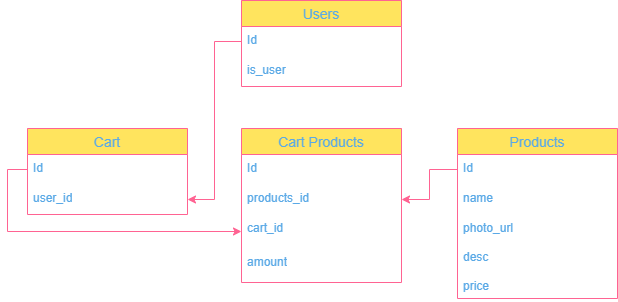
Before: online-store-db.png, a diagram exported from draw.io (koyaware/evos-delivery-clone). Source tidied: cells renumbered, new cells last; positions are measured from the earlier drawing's top-left corner, leaving out a move shared by most shapes. Its diagram source:
```xml
<mxGraphModel>
  <root>
    <mxCell id="0" />
    <mxCell id="1" parent="0" />
    <mxCell id="2" value="Users" style="swimlane;fontStyle=0;horizontal=1;startSize=26;align=center;fontSize=14;labelBackgroundColor=none;fillColor=#FFE45E;strokeColor=#FF6392;fontColor=#5AA9E6;" parent="1" vertex="1">
      <mxGeometry x="214" width="160" height="86" as="geometry" />
    </mxCell>
    <mxCell id="3" value="Id" style="text;strokeColor=none;fillColor=none;spacingLeft=4;spacingRight=4;overflow=hidden;points=[[0,0.5],[1,0.5]];portConstraint=eastwest;fontSize=12;whiteSpace=wrap;html=1;labelBackgroundColor=none;fontColor=#5AA9E6;" parent="2" vertex="1">
      <mxGeometry y="26" width="160" height="30" as="geometry" />
    </mxCell>
    <mxCell id="4" value="is_user" style="text;strokeColor=none;fillColor=none;spacingLeft=4;spacingRight=4;overflow=hidden;fontSize=12;whiteSpace=wrap;html=1;labelBackgroundColor=none;fontColor=#5AA9E6;" parent="2" vertex="1">
      <mxGeometry y="56" width="160" height="30" as="geometry" />
    </mxCell>
    <mxCell id="5" value="Products" style="swimlane;fontStyle=0;horizontal=1;startSize=26;align=center;fontSize=14;labelBackgroundColor=none;fillColor=#FFE45E;strokeColor=#FF6392;fontColor=#5AA9E6;" parent="1" vertex="1">
      <mxGeometry x="430" y="128" width="160" height="170" as="geometry" />
    </mxCell>
    <mxCell id="6" value="Id" style="text;strokeColor=none;fillColor=none;spacingLeft=4;spacingRight=4;overflow=hidden;points=[[0,0.5],[1,0.5]];portConstraint=eastwest;fontSize=12;whiteSpace=wrap;html=1;labelBackgroundColor=none;fontColor=#5AA9E6;" parent="5" vertex="1">
      <mxGeometry y="26" width="160" height="30" as="geometry" />
    </mxCell>
    <mxCell id="7" value="name" style="text;strokeColor=none;fillColor=none;spacingLeft=4;spacingRight=4;overflow=hidden;fontSize=12;whiteSpace=wrap;html=1;labelBackgroundColor=none;fontColor=#5AA9E6;" parent="5" vertex="1">
      <mxGeometry y="56" width="160" height="30" as="geometry" />
    </mxCell>
    <mxCell id="8" value="photo_url&lt;br&gt;&lt;br&gt;desc&lt;br&gt;&lt;br&gt;price" style="text;strokeColor=none;fillColor=none;spacingLeft=4;spacingRight=4;overflow=hidden;fontSize=12;whiteSpace=wrap;html=1;labelBackgroundColor=none;fontColor=#5AA9E6;" parent="5" vertex="1">
      <mxGeometry y="86" width="160" height="84" as="geometry" />
    </mxCell>
    <mxCell id="9" value="Cart" style="swimlane;fontStyle=0;horizontal=1;startSize=26;align=center;fontSize=14;labelBackgroundColor=none;fillColor=#FFE45E;strokeColor=#FF6392;fontColor=#5AA9E6;" parent="1" vertex="1">
      <mxGeometry y="128" width="160" height="86" as="geometry" />
    </mxCell>
    <mxCell id="10" value="Id" style="text;strokeColor=none;fillColor=none;spacingLeft=4;spacingRight=4;overflow=hidden;points=[[0,0.5],[1,0.5]];portConstraint=eastwest;fontSize=12;whiteSpace=wrap;html=1;labelBackgroundColor=none;fontColor=#5AA9E6;" parent="9" vertex="1">
      <mxGeometry y="26" width="160" height="30" as="geometry" />
    </mxCell>
    <mxCell id="11" value="user_id" style="text;strokeColor=none;fillColor=none;spacingLeft=4;spacingRight=4;overflow=hidden;points=[[0,0.5],[1,0.5]];portConstraint=eastwest;fontSize=12;whiteSpace=wrap;html=1;labelBackgroundColor=none;fontColor=#5AA9E6;" parent="9" vertex="1">
      <mxGeometry y="56" width="160" height="30" as="geometry" />
    </mxCell>
    <mxCell id="12" value="Cart Products" style="swimlane;fontStyle=0;horizontal=1;startSize=26;align=center;fontSize=14;labelBackgroundColor=none;fillColor=#FFE45E;strokeColor=#FF6392;fontColor=#5AA9E6;" parent="1" vertex="1">
      <mxGeometry x="214" y="128" width="160" height="154" as="geometry" />
    </mxCell>
    <mxCell id="13" value="Id&lt;br&gt;" style="text;strokeColor=none;fillColor=none;spacingLeft=4;spacingRight=4;overflow=hidden;points=[[0,0.5],[1,0.5]];portConstraint=eastwest;fontSize=12;whiteSpace=wrap;html=1;labelBackgroundColor=none;fontColor=#5AA9E6;" parent="12" vertex="1">
      <mxGeometry y="26" width="160" height="30" as="geometry" />
    </mxCell>
    <mxCell id="14" value="products_id" style="text;strokeColor=none;fillColor=none;spacingLeft=4;spacingRight=4;overflow=hidden;points=[[0,0.5],[1,0.5]];portConstraint=eastwest;fontSize=12;whiteSpace=wrap;html=1;labelBackgroundColor=none;fontColor=#5AA9E6;" parent="12" vertex="1">
      <mxGeometry y="56" width="160" height="30" as="geometry" />
    </mxCell>
    <mxCell id="15" value="cart_id" style="text;strokeColor=none;fillColor=none;spacingLeft=4;spacingRight=4;overflow=hidden;points=[[0,0.5],[1,0.5]];portConstraint=eastwest;fontSize=12;whiteSpace=wrap;html=1;labelBackgroundColor=none;fontColor=#5AA9E6;" parent="12" vertex="1">
      <mxGeometry y="86" width="160" height="34" as="geometry" />
    </mxCell>
    <mxCell id="16" value="amount&lt;br&gt;" style="text;strokeColor=none;fillColor=none;spacingLeft=4;spacingRight=4;overflow=hidden;fontSize=12;whiteSpace=wrap;html=1;labelBackgroundColor=none;fontColor=#5AA9E6;" parent="12" vertex="1">
      <mxGeometry y="120" width="160" height="34" as="geometry" />
    </mxCell>
    <mxCell id="17" style="edgeStyle=orthogonalEdgeStyle;rounded=0;jettySize=auto;html=1;exitX=0;exitY=0.5;exitDx=0;exitDy=0;entryX=1;entryY=0.5;entryDx=0;entryDy=0;labelBackgroundColor=none;strokeColor=#FF6392;fontColor=default;" parent="1" edge="1" source="6" target="14">
      <mxGeometry relative="1" as="geometry" />
    </mxCell>
    <mxCell id="18" style="edgeStyle=orthogonalEdgeStyle;rounded=0;jettySize=auto;html=1;labelBackgroundColor=none;strokeColor=#FF6392;fontColor=default;" parent="1" edge="1" source="3" target="11">
      <mxGeometry relative="1" as="geometry" />
    </mxCell>
    <mxCell id="19" style="edgeStyle=orthogonalEdgeStyle;rounded=0;jettySize=auto;html=1;exitX=0;exitY=0.5;exitDx=0;exitDy=0;entryX=0;entryY=0.5;entryDx=0;entryDy=0;labelBackgroundColor=none;strokeColor=#FF6392;fontColor=default;" parent="1" edge="1" source="10" target="15">
      <mxGeometry relative="1" as="geometry" />
    </mxCell>
  </root>
</mxGraphModel>
```
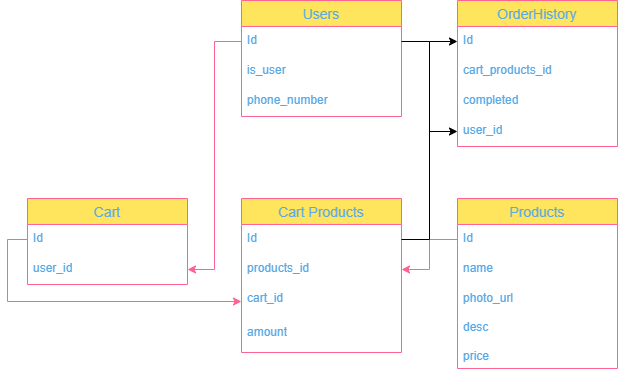
After the change.

What changed in the source:
```diff
@@ -3,7 +3,7 @@
     <mxCell id="0" />
     <mxCell id="1" parent="0" />
     <mxCell id="2" value="Users" style="swimlane;fontStyle=0;horizontal=1;startSize=26;align=center;fontSize=14;labelBackgroundColor=none;fillColor=#FFE45E;strokeColor=#FF6392;fontColor=#5AA9E6;" parent="1" vertex="1">
-      <mxGeometry x="214" width="160" height="86" as="geometry" />
+      <mxGeometry x="214" y="-70" width="160" height="116" as="geometry" />
     </mxCell>
     <mxCell id="3" value="Id" style="text;strokeColor=none;fillColor=none;spacingLeft=4;spacingRight=4;overflow=hidden;points=[[0,0.5],[1,0.5]];portConstraint=eastwest;fontSize=12;whiteSpace=wrap;html=1;labelBackgroundColor=none;fontColor=#5AA9E6;" parent="2" vertex="1">
       <mxGeometry y="26" width="160" height="30" as="geometry" />
@@ -11,6 +11,9 @@
     <mxCell id="4" value="is_user" style="text;strokeColor=none;fillColor=none;spacingLeft=4;spacingRight=4;overflow=hidden;fontSize=12;whiteSpace=wrap;html=1;labelBackgroundColor=none;fontColor=#5AA9E6;" parent="2" vertex="1">
       <mxGeometry y="56" width="160" height="30" as="geometry" />
     </mxCell>
+    <mxCell id="20" value="phone_number" style="text;strokeColor=none;fillColor=none;spacingLeft=4;spacingRight=4;overflow=hidden;fontSize=12;whiteSpace=wrap;html=1;labelBackgroundColor=none;fontColor=#5AA9E6;" parent="2" vertex="1">
+      <mxGeometry y="86" width="160" height="30" as="geometry" />
+    </mxCell>
     <mxCell id="5" value="Products" style="swimlane;fontStyle=0;horizontal=1;startSize=26;align=center;fontSize=14;labelBackgroundColor=none;fillColor=#FFE45E;strokeColor=#FF6392;fontColor=#5AA9E6;" parent="1" vertex="1">
       <mxGeometry x="430" y="128" width="160" height="170" as="geometry" />
     </mxCell>
@@ -56,5 +59,26 @@
     <mxCell id="19" style="edgeStyle=orthogonalEdgeStyle;rounded=0;jettySize=auto;html=1;exitX=0;exitY=0.5;exitDx=0;exitDy=0;entryX=0;entryY=0.5;entryDx=0;entryDy=0;labelBackgroundColor=none;strokeColor=#FF6392;fontColor=default;" parent="1" edge="1" source="10" target="15">
       <mxGeometry relative="1" as="geometry" />
     </mxCell>
+    <mxCell id="21" value="OrderHistory" style="swimlane;fontStyle=0;horizontal=1;startSize=26;align=center;fontSize=14;labelBackgroundColor=none;fillColor=#FFE45E;strokeColor=#FF6392;fontColor=#5AA9E6;" parent="1" vertex="1">
+      <mxGeometry x="430" y="-70" width="160" height="146" as="geometry" />
+    </mxCell>
+    <mxCell id="22" value="Id" style="text;strokeColor=none;fillColor=none;spacingLeft=4;spacingRight=4;overflow=hidden;points=[[0,0.5],[1,0.5]];portConstraint=eastwest;fontSize=12;whiteSpace=wrap;html=1;labelBackgroundColor=none;fontColor=#5AA9E6;" parent="21" vertex="1">
+      <mxGeometry y="26" width="160" height="30" as="geometry" />
+    </mxCell>
+    <mxCell id="23" value="cart_products_id" style="text;strokeColor=none;fillColor=none;spacingLeft=4;spacingRight=4;overflow=hidden;fontSize=12;whiteSpace=wrap;html=1;labelBackgroundColor=none;fontColor=#5AA9E6;" parent="21" vertex="1">
+      <mxGeometry y="56" width="160" height="30" as="geometry" />
+    </mxCell>
+    <mxCell id="24" value="completed" style="text;strokeColor=none;fillColor=none;spacingLeft=4;spacingRight=4;overflow=hidden;fontSize=12;whiteSpace=wrap;html=1;labelBackgroundColor=none;fontColor=#5AA9E6;" parent="21" vertex="1">
+      <mxGeometry y="86" width="160" height="30" as="geometry" />
+    </mxCell>
+    <mxCell id="25" value="user_id" style="text;strokeColor=none;fillColor=none;spacingLeft=4;spacingRight=4;overflow=hidden;points=[[0,0.5],[1,0.5]];portConstraint=eastwest;fontSize=12;whiteSpace=wrap;html=1;labelBackgroundColor=none;fontColor=#5AA9E6;" parent="21" vertex="1">
+      <mxGeometry y="116" width="160" height="30" as="geometry" />
+    </mxCell>
+    <mxCell id="26" style="edgeStyle=orthogonalEdgeStyle;rounded=0;jettySize=auto;html=1;exitX=1;exitY=0.5;exitDx=0;exitDy=0;entryX=0;entryY=0.5;entryDx=0;entryDy=0;" parent="1" edge="1" source="13" target="22">
+      <mxGeometry relative="1" as="geometry" />
+    </mxCell>
+    <mxCell id="27" style="edgeStyle=orthogonalEdgeStyle;rounded=0;jettySize=auto;html=1;exitX=1;exitY=0.5;exitDx=0;exitDy=0;entryX=0;entryY=0.5;entryDx=0;entryDy=0;" parent="1" edge="1" source="3" target="25">
+      <mxGeometry relative="1" as="geometry" />
+    </mxCell>
   </root>
 </mxGraphModel>
```
